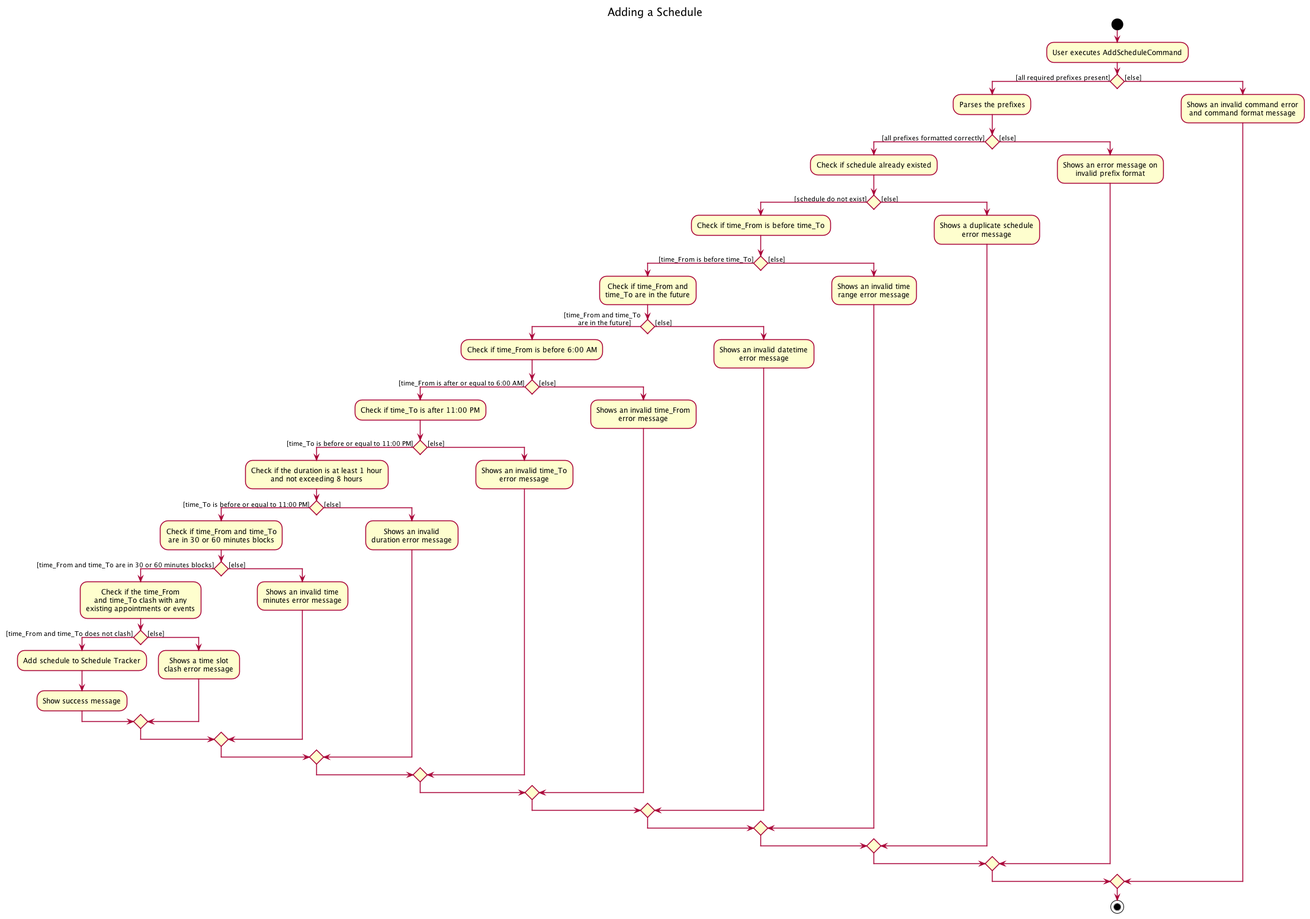
Above: docs/images/schedule/ScheduleActivityDiagram.png in nus-cs2103-AY2021S2/tp (PlantUML), before the change. Source of this version:
```plantuml
@startuml
!include ../style.puml
title Adding a Schedule

start
:User executes AddScheduleCommand;

if () then ([all required prefixes present])
      :Parses the prefixes;

      if () then ([all prefixes formatted correctly])
      :Check if schedule already existed;

          if () then ([schedule do not exist])
          :Check if time_From is before time_To;

              if () then ([time_From is before time_To])
              :Check if time_From and
              time_To are in the future;

                  if () then ([time_From and time_To
        are in the future])
                  :Check if time_From is before 6:00 AM;

                      if () then ([time_From is after or equal to 6:00 AM])
                      :Check if time_To is after 11:00 PM;

                          if () then ([time_To is before or equal to 11:00 PM])
                          :Check if the duration is at least 1 hour
                          and not exceeding 8 hours;

                              if () then ([time_To is before or equal to 11:00 PM])
                              :Check if time_From and time_To
                              are in 30 or 60 minutes blocks;

                                  if () then ([time_From and time_To are in 30 or 60 minutes blocks])
                                  :Check if the time_From
                                  and time_To clash with any
                                  existing appointments or events;

                                      if () then ([time_From and time_To does not clash])
                                      :Add schedule to Schedule Tracker;
                                      :Show success message;

                                      else ([else])

                                      :Shows a time slot
                                      clash error message;

                                      endif

                                  else ([else])

                                  :Shows an invalid time
                                  minutes error message;

                                  endif

                              else ([else])

                              :Shows an invalid
                              duration error message;

                              endif

                          else ([else])

                          :Shows an invalid time_To
                          error message;

                          endif

                      else ([else])

                      :Shows an invalid time_From
                      error message;

                      endif

                  else ([else])

                  :Shows an invalid datetime
                  error message;

                  endif

              else ([else])

              :Shows an invalid time
              range error message;

              endif

          else ([else])

          :Shows a duplicate schedule
          error message;

      endif

      else ([else])

      :Shows an error message on
      invalid prefix format;

      endif

else ([else])

    :Shows an invalid command error
    and command format message;
endif

stop

@enduml
```
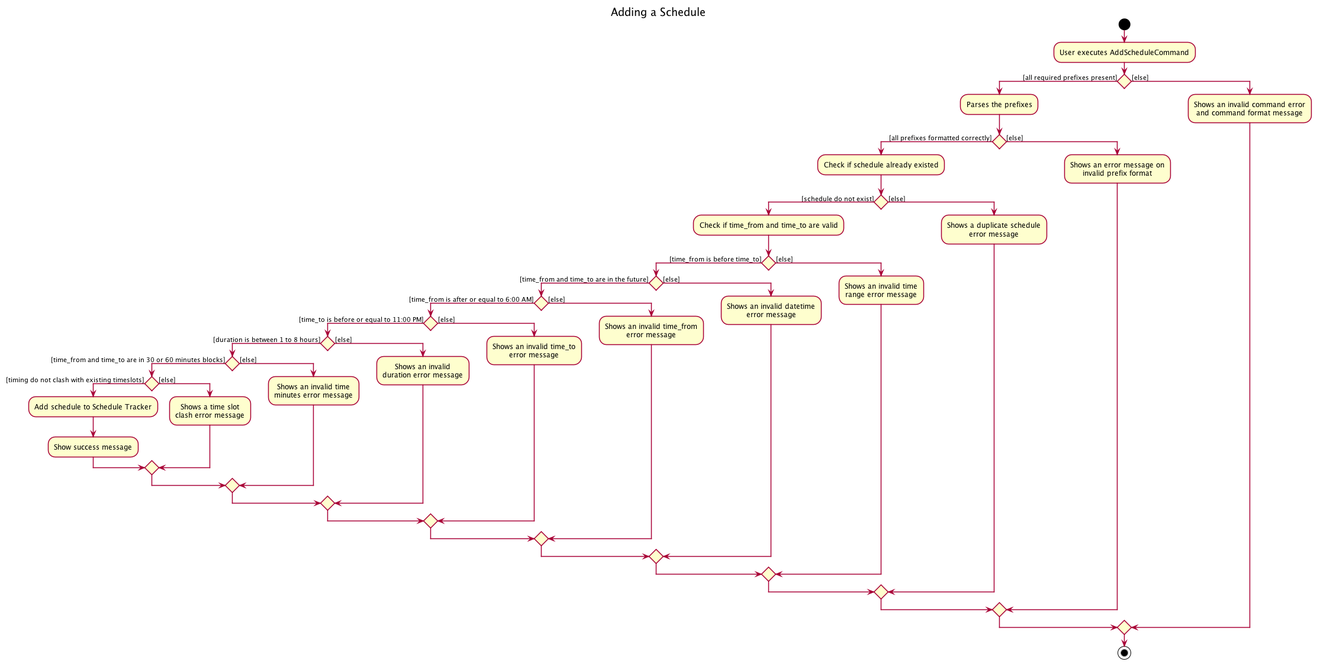
The same diagram one commit later.

Change to the diagram source:
```diff
@@ -12,33 +12,21 @@
       :Check if schedule already existed;
 
           if () then ([schedule do not exist])
-          :Check if time_From is before time_To;
+          :Check if time_from and time_to are valid;
 
-              if () then ([time_From is before time_To])
-              :Check if time_From and
-              time_To are in the future;
+              if () then ([time_from is before time_to])
 
-                  if () then ([time_From and time_To
-        are in the future])
-                  :Check if time_From is before 6:00 AM;
+                  if () then ([time_from and time_to are in the future])
 
-                      if () then ([time_From is after or equal to 6:00 AM])
-                      :Check if time_To is after 11:00 PM;
+                      if () then ([time_from is after or equal to 6:00 AM])
 
-                          if () then ([time_To is before or equal to 11:00 PM])
-                          :Check if the duration is at least 1 hour
-                          and not exceeding 8 hours;
+                          if () then ([time_to is before or equal to 11:00 PM])
 
-                              if () then ([time_To is before or equal to 11:00 PM])
-                              :Check if time_From and time_To
-                              are in 30 or 60 minutes blocks;
+                              if () then ([duration is between 1 to 8 hours])
 
-                                  if () then ([time_From and time_To are in 30 or 60 minutes blocks])
-                                  :Check if the time_From
-                                  and time_To clash with any
-                                  existing appointments or events;
+                                  if () then ([time_from and time_to are in 30 or 60 minutes blocks])
 
-                                      if () then ([time_From and time_To does not clash])
+                                      if () then ([timing do not clash with existing timeslots])
                                       :Add schedule to Schedule Tracker;
                                       :Show success message;
 
@@ -65,14 +53,14 @@
 
                           else ([else])
 
-                          :Shows an invalid time_To
+                          :Shows an invalid time_to
                           error message;
 
                           endif
 
                       else ([else])
 
-                      :Shows an invalid time_From
+                      :Shows an invalid time_from
                       error message;
 
                       endif
```
